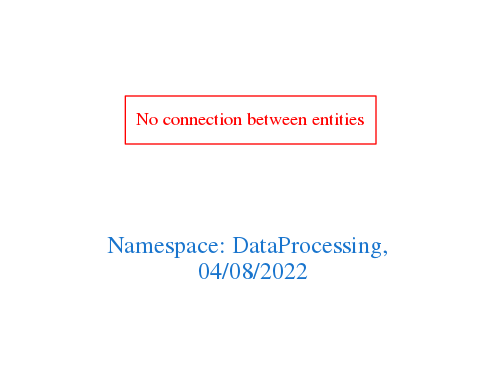
Above: downloads/DataProcessing.png in arago/OGIT (Graphviz), before the change. Its source is kept beside it as downloads/DataProcessing.dot.
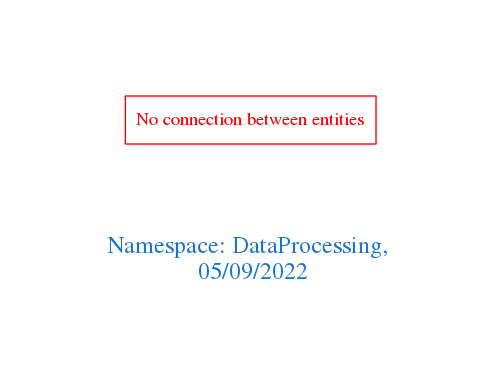
Later version of the same file.

Change to the diagram source:
```diff
@@ -1,7 +1,7 @@
 digraph OGIT_ontology {
  graph [ rankdir= LR,pad=1
 fontsize = 18,
-fontcolor= dodgerblue3,label = "\n\n\nNamespace: DataProcessing, \n 04/08/2022"];
+fontcolor= dodgerblue3,label = "\n\n\nNamespace: DataProcessing, \n 05/09/2022"];
 node[shape=polygon];
 edge [  color="gray81"];
 
```
